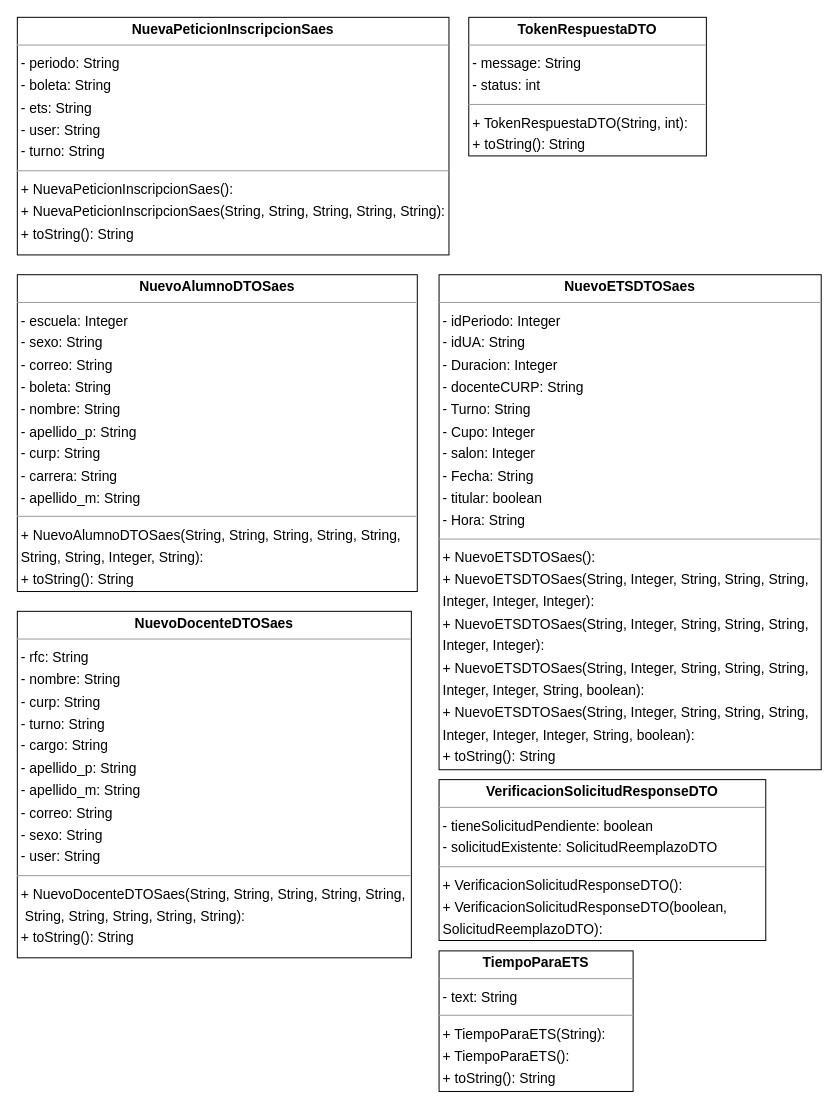
The draw.io diagram page "DTO2" (2 of 6) of Clases/DTOS.drawio in Jajr16/DocumentacionTT, before the edit. Source tidied: cells renumbered, new cells numbered last; positions are measured from the earlier drawing's top-left corner, leaving out a move shared by most shapes. Both pictures are drawn from the tidied source at 99%, with x=0, y=0 at pixel (17, 17).
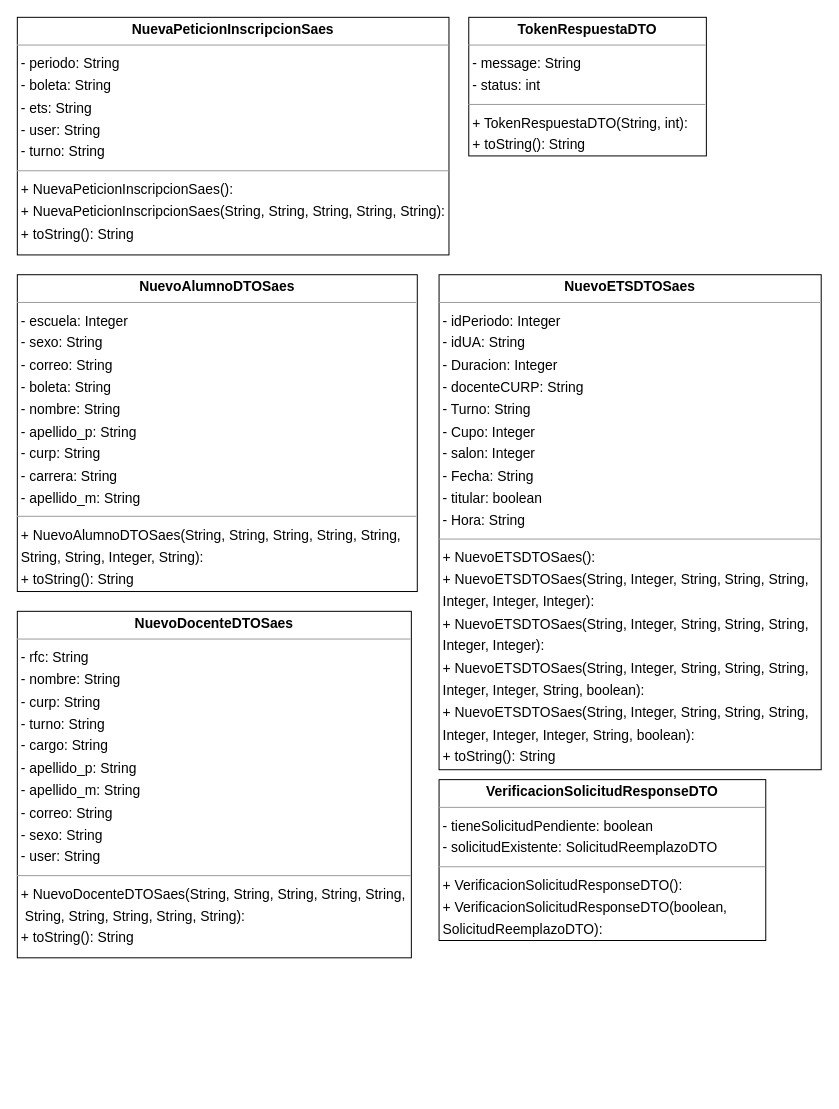
Above is the later version.

What changed in the source:
```diff
@@
 <mxGraphModel>
   <root>
     <mxCell id="0" />
     <mxCell id="1" parent="0" />
     <mxCell id="2" value="&lt;p style=&quot;margin:0px;margin-top:4px;text-align:center;&quot;&gt;&lt;b&gt;NuevaPeticionInscripcionSaes&lt;/b&gt;&lt;/p&gt;&lt;hr size=&quot;1&quot;&gt;&lt;p style=&quot;margin:0 0 0 4px;line-height:1.6;&quot;&gt;&lt;/p&gt;&lt;p style=&quot;margin:0 0 0 4px;line-height:1.6;&quot;&gt;- periodo: String&lt;br&gt;- boleta: String&lt;br&gt;- ets: String&lt;br&gt;- user: String&lt;br&gt;- turno: String&lt;/p&gt;&lt;hr size=&quot;1&quot;&gt;&lt;p style=&quot;margin:0 0 0 4px;line-height:1.6;&quot;&gt;+ NuevaPeticionInscripcionSaes():&lt;br&gt;+ NuevaPeticionInscripcionSaes(String, String, String, String, String):&lt;/p&gt;&lt;p style=&quot;margin:0 0 0 4px;line-height:1.6;&quot;&gt;+ toString(): String&lt;/p&gt;&lt;p style=&quot;margin:0 0 0 4px;line-height:1.6;&quot;&gt;&lt;br&gt;&lt;/p&gt;" style="verticalAlign=top;align=left;overflow=fill;fontSize=14;fontFamily=Helvetica;html=1;rounded=0;shadow=0;comic=0;labelBackgroundColor=none;strokeWidth=1;" parent="1" vertex="1">
       <mxGeometry width="436" height="240" as="geometry" />
     </mxCell>
     <mxCell id="3" value="&lt;p style=&quot;margin:0px;margin-top:4px;text-align:center;&quot;&gt;&lt;b&gt;NuevoAlumnoDTOSaes&lt;/b&gt;&lt;/p&gt;&lt;hr size=&quot;1&quot;&gt;&lt;p style=&quot;margin:0 0 0 4px;line-height:1.6;&quot;&gt;&lt;/p&gt;&lt;p style=&quot;margin:0 0 0 4px;line-height:1.6;&quot;&gt;- escuela: Integer&lt;br&gt;- sexo: String&lt;br&gt;- correo: String&lt;br&gt;- boleta: String&lt;br&gt;- nombre: String&lt;br&gt;- apellido_p: String&lt;br&gt;- curp: String&lt;br&gt;- carrera: String&lt;br&gt;- apellido_m: String&lt;/p&gt;&lt;hr size=&quot;1&quot;&gt;&lt;p style=&quot;margin:0 0 0 4px;line-height:1.6;&quot;&gt;+ NuevoAlumnoDTOSaes(String, String, String, String, String, &lt;br&gt;String, String, Integer, String):&lt;/p&gt;&lt;p style=&quot;margin:0 0 0 4px;line-height:1.6;&quot;&gt;+ toString(): String&lt;/p&gt;&lt;p style=&quot;margin:0 0 0 4px;line-height:1.6;&quot;&gt;&lt;br&gt;&lt;/p&gt;" style="verticalAlign=top;align=left;overflow=fill;fontSize=14;fontFamily=Helvetica;html=1;rounded=0;shadow=0;comic=0;labelBackgroundColor=none;strokeWidth=1;" parent="1" vertex="1">
       <mxGeometry y="260" width="404" height="320" as="geometry" />
     </mxCell>
     <mxCell id="4" value="&lt;p style=&quot;margin:0px;margin-top:4px;text-align:center;&quot;&gt;&lt;b&gt;NuevoDocenteDTOSaes&lt;/b&gt;&lt;/p&gt;&lt;hr size=&quot;1&quot;&gt;&lt;p style=&quot;margin:0 0 0 4px;line-height:1.6;&quot;&gt;&lt;span style=&quot;background-color: transparent; color: light-dark(rgb(0, 0, 0), rgb(255, 255, 255));&quot;&gt;- rfc: String&lt;/span&gt;&lt;/p&gt;&lt;p style=&quot;margin:0 0 0 4px;line-height:1.6;&quot;&gt;- nombre: String&lt;br&gt;- curp: String&lt;br&gt;- turno: String&lt;br&gt;- cargo: String&lt;br&gt;- apellido_p: String&lt;br&gt;- apellido_m: String&lt;br&gt;- correo: String&lt;br&gt;- sexo: String&lt;br&gt;- user: String&lt;/p&gt;&lt;hr size=&quot;1&quot;&gt;&lt;p style=&quot;margin:0 0 0 4px;line-height:1.6;&quot;&gt;+ NuevoDocenteDTOSaes(String, String, String, String, String,&lt;br&gt;&amp;nbsp;String, String, String, String, String):&lt;/p&gt;&lt;p style=&quot;margin:0 0 0 4px;line-height:1.6;&quot;&gt;+ toString(): String&lt;/p&gt;&lt;p style=&quot;margin:0 0 0 4px;line-height:1.6;&quot;&gt;&lt;br&gt;&lt;/p&gt;" style="verticalAlign=top;align=left;overflow=fill;fontSize=14;fontFamily=Helvetica;html=1;rounded=0;shadow=0;comic=0;labelBackgroundColor=none;strokeWidth=1;" parent="1" vertex="1">
       <mxGeometry y="600" width="398" height="350" as="geometry" />
     </mxCell>
     <mxCell id="5" value="&lt;p style=&quot;margin:0px;margin-top:4px;text-align:center;&quot;&gt;&lt;b&gt;NuevoETSDTOSaes&lt;/b&gt;&lt;/p&gt;&lt;hr size=&quot;1&quot;&gt;&lt;p style=&quot;margin:0 0 0 4px;line-height:1.6;&quot;&gt;&lt;/p&gt;&lt;p style=&quot;margin:0 0 0 4px;line-height:1.6;&quot;&gt;- idPeriodo: Integer&lt;br&gt;- idUA: String&lt;br&gt;- Duracion: Integer&lt;br&gt;- docenteCURP: String&lt;br&gt;- Turno: String&lt;br&gt;- Cupo: Integer&lt;br&gt;- salon: Integer&lt;br&gt;- Fecha: String&lt;br&gt;- titular: boolean&lt;br&gt;- Hora: String&lt;/p&gt;&lt;hr size=&quot;1&quot;&gt;&lt;p style=&quot;margin:0 0 0 4px;line-height:1.6;&quot;&gt;+ NuevoETSDTOSaes():&lt;br&gt;+ NuevoETSDTOSaes(String, Integer, String, String, String, &lt;br&gt;Integer, Integer, Integer):&lt;br&gt;+ NuevoETSDTOSaes(String, Integer, String, String, String, &lt;br&gt;Integer, Integer):&lt;br&gt;+ NuevoETSDTOSaes(String, Integer, String, String, String, &lt;br&gt;Integer, Integer, String, boolean):&lt;br&gt;+ NuevoETSDTOSaes(String, Integer, String, String, String, &lt;br&gt;Integer, Integer, Integer, String, boolean):&lt;/p&gt;&lt;p style=&quot;margin:0 0 0 4px;line-height:1.6;&quot;&gt;+ toString(): String&lt;/p&gt;" style="verticalAlign=top;align=left;overflow=fill;fontSize=14;fontFamily=Helvetica;html=1;rounded=0;shadow=0;comic=0;labelBackgroundColor=none;strokeWidth=1;" parent="1" vertex="1">
       <mxGeometry x="426" y="260" width="386" height="500" as="geometry" />
     </mxCell>
-    <mxCell id="6" value="&lt;p style=&quot;margin:0px;margin-top:4px;text-align:center;&quot;&gt;&lt;b&gt;TiempoParaETS&lt;/b&gt;&lt;/p&gt;&lt;hr size=&quot;1&quot;&gt;&lt;p style=&quot;margin:0 0 0 4px;line-height:1.6;&quot;&gt;- text: String&lt;/p&gt;&lt;hr size=&quot;1&quot;&gt;&lt;p style=&quot;margin:0 0 0 4px;line-height:1.6;&quot;&gt;+ TiempoParaETS(String):&lt;br&gt;+ TiempoParaETS():&lt;/p&gt;&lt;p style=&quot;margin:0 0 0 4px;line-height:1.6;&quot;&gt;+ toString(): String&lt;/p&gt;&lt;p style=&quot;margin:0 0 0 4px;line-height:1.6;&quot;&gt;&lt;br&gt;&lt;/p&gt;" style="verticalAlign=top;align=left;overflow=fill;fontSize=14;fontFamily=Helvetica;html=1;rounded=0;shadow=0;comic=0;labelBackgroundColor=none;strokeWidth=1;" parent="1" vertex="1">
-      <mxGeometry x="426" y="943" width="196" height="142" as="geometry" />
-    </mxCell>
     <mxCell id="7" value="&lt;p style=&quot;margin:0px;margin-top:4px;text-align:center;&quot;&gt;&lt;b&gt;TokenRespuestaDTO&lt;/b&gt;&lt;/p&gt;&lt;hr size=&quot;1&quot;&gt;&lt;p style=&quot;margin:0 0 0 4px;line-height:1.6;&quot;&gt;- message: String&lt;br&gt;- status: int&lt;/p&gt;&lt;hr size=&quot;1&quot;&gt;&lt;p style=&quot;margin:0 0 0 4px;line-height:1.6;&quot;&gt;+ TokenRespuestaDTO(String, int):&lt;/p&gt;&lt;p style=&quot;margin:0 0 0 4px;line-height:1.6;&quot;&gt;+ toString(): String&lt;/p&gt;&lt;p style=&quot;margin:0 0 0 4px;line-height:1.6;&quot;&gt;&lt;br&gt;&lt;/p&gt;" style="verticalAlign=top;align=left;overflow=fill;fontSize=14;fontFamily=Helvetica;html=1;rounded=0;shadow=0;comic=0;labelBackgroundColor=none;strokeWidth=1;" parent="1" vertex="1">
       <mxGeometry x="456" width="240" height="140" as="geometry" />
     </mxCell>
     <mxCell id="8" value="&lt;p style=&quot;margin:0px;margin-top:4px;text-align:center;&quot;&gt;&lt;b&gt;VerificacionSolicitudResponseDTO&lt;/b&gt;&lt;/p&gt;&lt;hr size=&quot;1&quot;&gt;&lt;p style=&quot;margin:0 0 0 4px;line-height:1.6;&quot;&gt;- tieneSolicitudPendiente: boolean&lt;br&gt;- solicitudExistente: SolicitudReemplazoDTO&lt;/p&gt;&lt;hr size=&quot;1&quot;&gt;&lt;p style=&quot;margin:0 0 0 4px;line-height:1.6;&quot;&gt;+ VerificacionSolicitudResponseDTO():&lt;br&gt;+ VerificacionSolicitudResponseDTO(boolean, &lt;br&gt;SolicitudReemplazoDTO):&lt;/p&gt;" style="verticalAlign=top;align=left;overflow=fill;fontSize=14;fontFamily=Helvetica;html=1;rounded=0;shadow=0;comic=0;labelBackgroundColor=none;strokeWidth=1;" parent="1" vertex="1">
       <mxGeometry x="426" y="770" width="330" height="162.5" as="geometry" />
     </mxCell>
   </root>
 </mxGraphModel>
```
